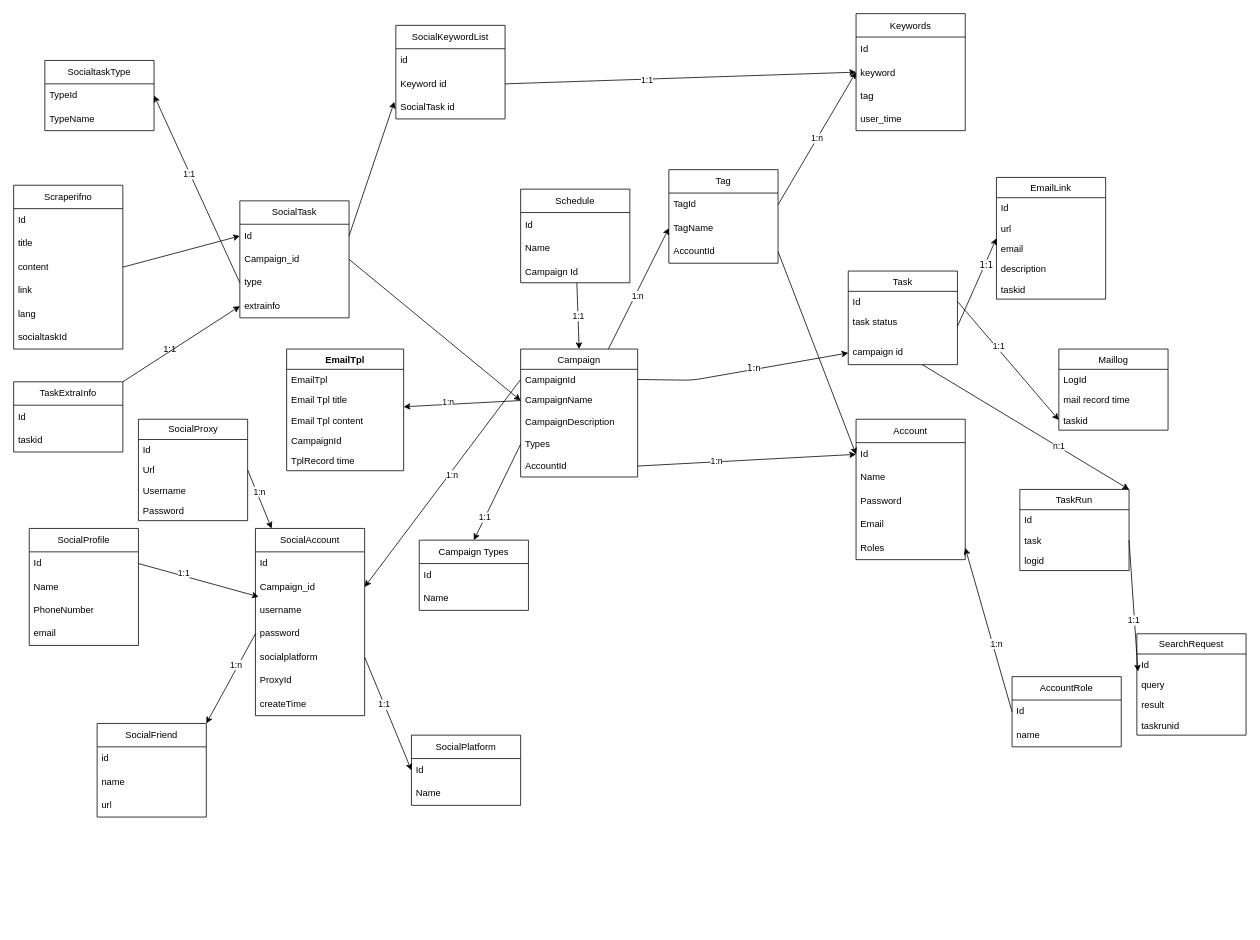
robertzengcn/marketing keeps this draw.io diagram as doc/class.drawio. Above is the earlier version. Source tidied: cells renumbered, new cells numbered last; positions are measured from the earlier drawing's top-left corner, leaving out a move shared by most shapes. Both pictures are drawn from the tidied source at 78%, with x=0, y=0 at pixel (13, 13).
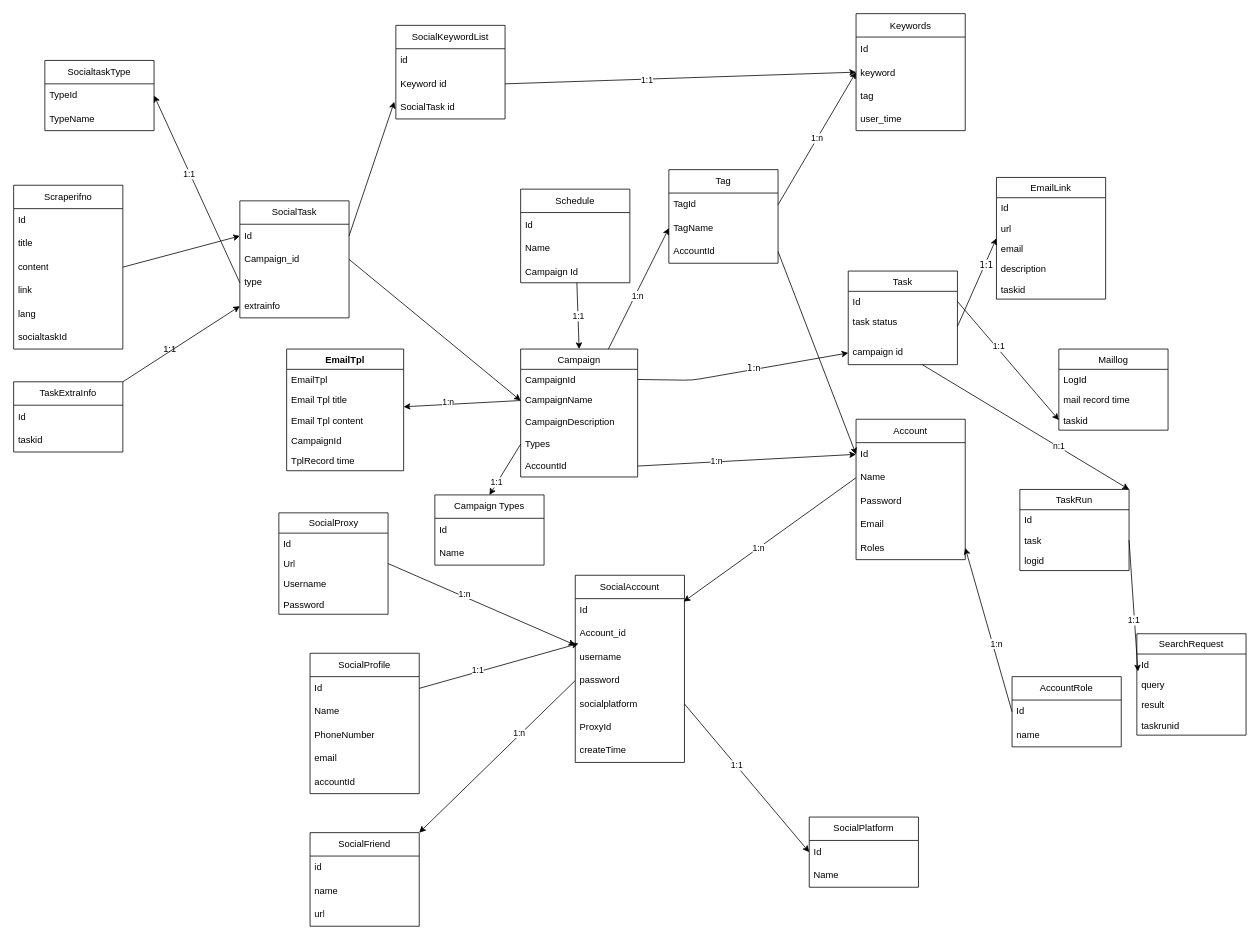
The same page after the edit.

The change refers to these unchanged cells:
```xml
<mxCell id="5" value="CampaignId" style="text;strokeColor=none;fillColor=none;align=left;verticalAlign=top;spacingLeft=4;spacingRight=4;overflow=hidden;points=[[0,0.5],[1,0.5]];portConstraint=eastwest;" parent="4" vertex="1">
  <mxGeometry y="26" width="150" height="26" as="geometry" />
</mxCell>
<mxCell id="60" value="Id" style="text;strokeColor=none;fillColor=none;align=left;verticalAlign=middle;spacingLeft=4;spacingRight=4;overflow=hidden;points=[[0,0.5],[1,0.5]];portConstraint=eastwest;whiteSpace=wrap;html=1;" parent="59" vertex="1">
  <mxGeometry y="30" width="140" height="30" as="geometry" />
</mxCell>
<mxCell id="112" value="Name" style="text;strokeColor=none;fillColor=none;align=left;verticalAlign=middle;spacingLeft=4;spacingRight=4;overflow=hidden;points=[[0,0.5],[1,0.5]];portConstraint=eastwest;whiteSpace=wrap;html=1;" parent="110" vertex="1">
  <mxGeometry y="60" width="140" height="30" as="geometry" />
</mxCell>
```

Diff of the diagram source:
```diff
@@
     <mxCell id="59" value="SocialAccount" style="swimlane;fontStyle=0;horizontal=1;startSize=30;whiteSpace=wrap;html=1;" parent="1" vertex="1">
-      <mxGeometry x="310" y="660" width="140" height="240" as="geometry" />
+      <mxGeometry x="720" y="720" width="140" height="240" as="geometry" />
     </mxCell>
@@
-    <mxCell id="61" value="Campaign_id" style="text;strokeColor=none;fillColor=none;align=left;verticalAlign=middle;spacingLeft=4;spacingRight=4;overflow=hidden;points=[[0,0.5],[1,0.5]];portConstraint=eastwest;whiteSpace=wrap;html=1;" parent="59" vertex="1">
+    <mxCell id="61" value="Account_id" style="text;strokeColor=none;fillColor=none;align=left;verticalAlign=middle;spacingLeft=4;spacingRight=4;overflow=hidden;points=[[0,0.5],[1,0.5]];portConstraint=eastwest;whiteSpace=wrap;html=1;" parent="59" vertex="1">
       <mxGeometry y="60" width="140" height="30" as="geometry" />
     </mxCell>
@@
     <mxCell id="67" value="SocialPlatform" style="swimlane;fontStyle=0;horizontal=1;startSize=30;whiteSpace=wrap;html=1;" parent="1" vertex="1">
-      <mxGeometry x="510" y="925" width="140" height="90" as="geometry" />
+      <mxGeometry x="1020" y="1030" width="140" height="90" as="geometry" />
     </mxCell>
@@
     <mxCell id="72" value="SocialFriend" style="swimlane;fontStyle=0;horizontal=1;startSize=30;whiteSpace=wrap;html=1;" parent="1" vertex="1">
-      <mxGeometry x="107" y="910" width="140" height="120" as="geometry" />
+      <mxGeometry x="380" y="1050" width="140" height="120" as="geometry" />
     </mxCell>
@@
     <mxCell id="76" value="SocialProfile" style="swimlane;fontStyle=0;horizontal=1;startSize=30;whiteSpace=wrap;html=1;" parent="1" vertex="1">
-      <mxGeometry x="20" y="660" width="140" height="150" as="geometry" />
+      <mxGeometry x="380" y="820" width="140" height="180" as="geometry" />
     </mxCell>
@@
+    <mxCell id="151" value="accountId" style="text;strokeColor=none;fillColor=none;align=left;verticalAlign=middle;spacingLeft=4;spacingRight=4;overflow=hidden;whiteSpace=wrap;html=1;" parent="76" vertex="1">
+      <mxGeometry y="150" width="140" height="30" as="geometry" />
+    </mxCell>
@@
     <mxCell id="85" value="SocialProxy" style="swimlane;fontStyle=0;horizontal=1;startSize=26;fillColor=none;html=1;" parent="1" vertex="1">
-      <mxGeometry x="160" y="520" width="140" height="130" as="geometry" />
+      <mxGeometry x="340" y="640" width="140" height="130" as="geometry" />
     </mxCell>
@@
-    <mxCell id="118" style="edgeStyle=none;html=1;exitX=0;exitY=0.5;exitDx=0;exitDy=0;entryX=1;entryY=0.5;entryDx=0;entryDy=0;" parent="1" edge="1" source="5" target="61">
-      <mxGeometry relative="1" as="geometry" />
-    </mxCell>
-    <mxCell id="119" value="1:n" style="edgeLabel;html=1;align=center;verticalAlign=middle;" parent="118" vertex="1">
-      <mxGeometry x="-0.09" y="3" relative="1" as="geometry" />
-    </mxCell>
     <mxCell id="120" value="Campaign Types" style="swimlane;fontStyle=0;horizontal=1;startSize=30;whiteSpace=wrap;html=1;" parent="1" vertex="1">
-      <mxGeometry x="520" y="675" width="140" height="90" as="geometry" />
+      <mxGeometry x="540" y="617" width="140" height="90" as="geometry" />
     </mxCell>
@@
+    <mxCell id="152" style="edgeStyle=none;html=1;exitX=0;exitY=0.5;exitDx=0;exitDy=0;entryX=0.993;entryY=0.127;entryDx=0;entryDy=0;entryPerimeter=0;" parent="1" edge="1" source="112" target="60">
+      <mxGeometry relative="1" as="geometry" />
+    </mxCell>
+    <mxCell id="119" value="1:n" style="edgeLabel;html=1;align=center;verticalAlign=middle;" parent="152" vertex="1">
+      <mxGeometry x="0.14" relative="1" as="geometry" />
+    </mxCell>
```
